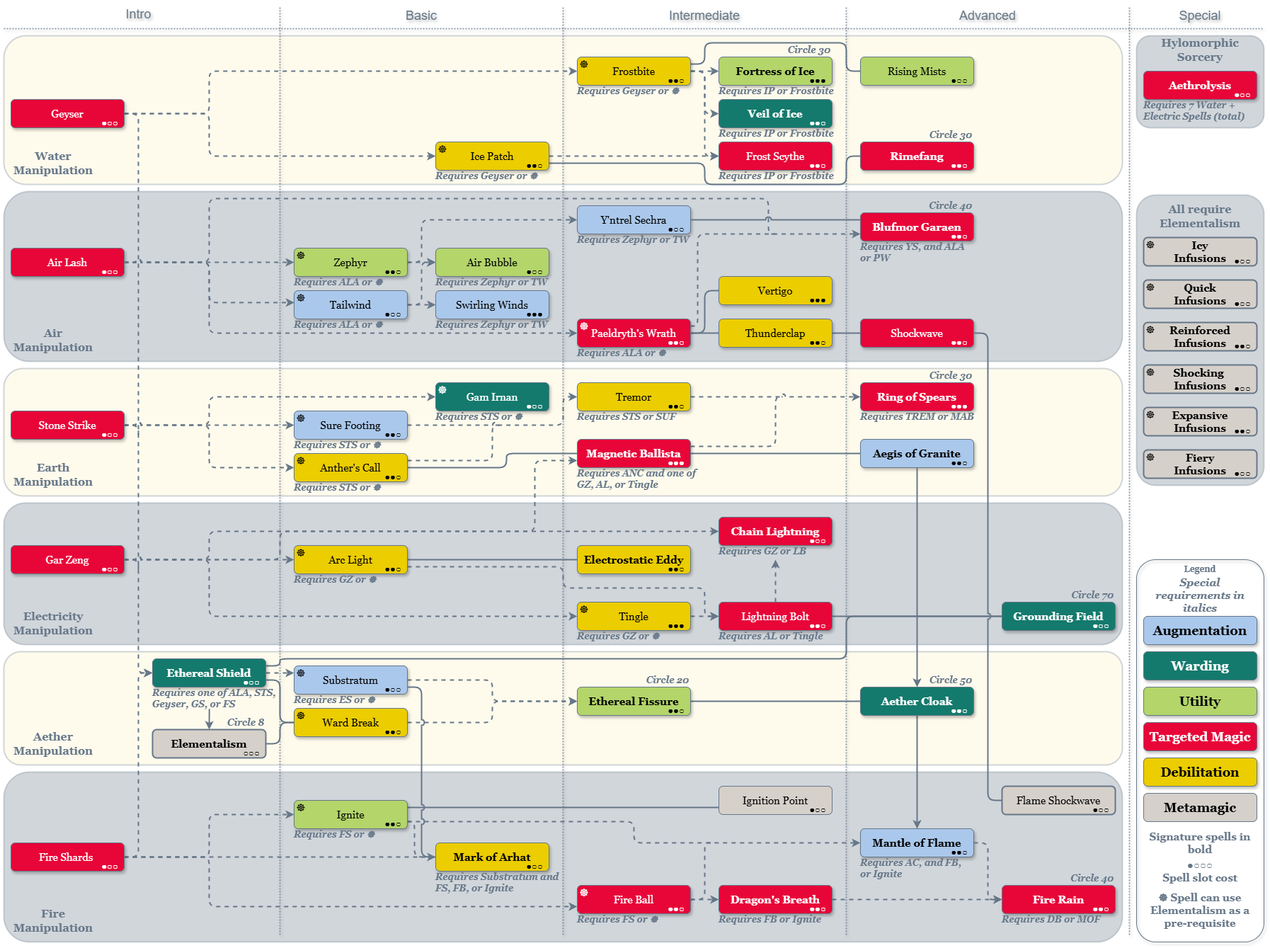
Above: Warrior Mage/Warrior_Mage.png in MahtraDR/dr-spell-trees (draw.io), before the change. Source tidied: cells renumbered, new cells last; positions are measured from the earlier drawing's top-left corner, leaving out a move shared by most shapes.
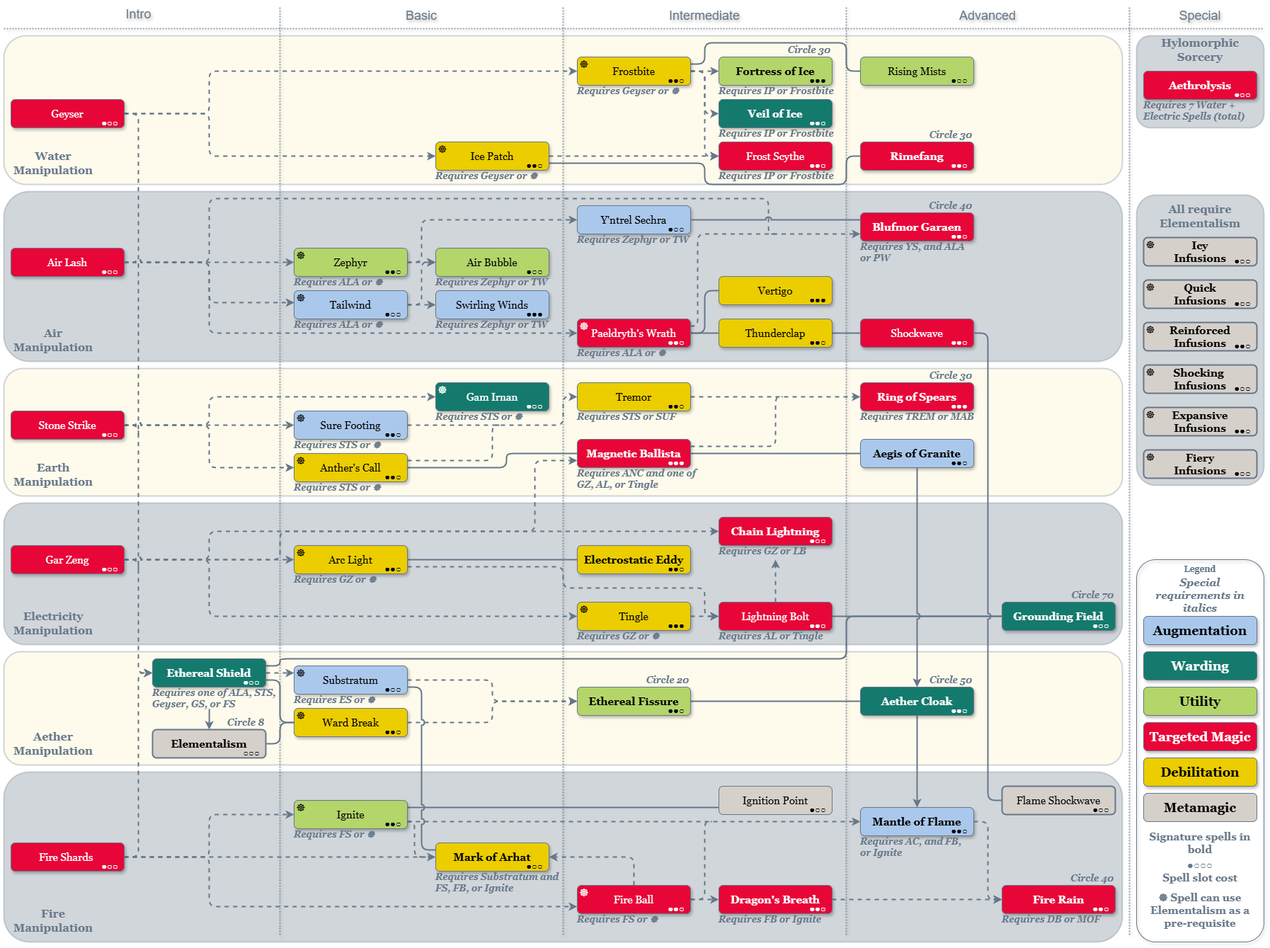
Above is the later version.

Change to the diagram source:
```diff
@@ -457,14 +457,17 @@
     </mxCell>
     <mxCell id="111" style="edgeStyle=orthogonalEdgeStyle;rounded=1;jettySize=auto;html=1;exitX=1;exitY=0.5;exitDx=0;exitDy=0;strokeWidth=2;curved=0;strokeColor=#667788;dashed=1;endArrow=none;endFill=0;" parent="19" edge="1" source="112">
       <mxGeometry relative="1" as="geometry">
-        <mxPoint x="1000" y="1190" as="targetPoint" />
+        <mxPoint x="1000" y="1160" as="targetPoint" />
         <Array as="points">
           <mxPoint x="990" y="1270" />
-          <mxPoint x="990" y="1190" />
-          <mxPoint x="1000" y="1190" />
+          <mxPoint x="990" y="1160" />
+          <mxPoint x="1000" y="1160" />
         </Array>
       </mxGeometry>
     </mxCell>
+    <mxCell id="282" style="edgeStyle=orthogonalEdgeStyle;shape=connector;curved=0;rounded=1;jumpStyle=arc;jettySize=auto;html=1;exitX=0.5;exitY=0;exitDx=0;exitDy=0;entryX=1;entryY=0.5;entryDx=0;entryDy=0;dashed=1;strokeColor=#667788;strokeWidth=2;align=center;verticalAlign=middle;fontFamily=Helvetica;fontSize=15;fontColor=default;labelBackgroundColor=default;endArrow=classic;endFill=1;" parent="19" edge="1" source="112" target="109">
+      <mxGeometry relative="1" as="geometry" />
+    </mxCell>
     <mxCell id="112" value="Fire Ball" style="rounded=1;strokeWidth=1;strokeColor=#667788;textShadow=0;labelBackgroundColor=none;whiteSpace=wrap;fontSize=15;fontFamily=Georgia;fillColor=#E80538;fontColor=#FFFFFF;shadow=1;glass=0;align=center;verticalAlign=middle;fontStyle=0;" parent="19" vertex="1">
       <mxGeometry x="810" y="1250" width="160" height="40" as="geometry" />
     </mxCell>
@@ -507,7 +510,7 @@
       <mxGeometry x="1410" y="1250" width="160" height="40" as="geometry" />
     </mxCell>
     <mxCell id="120" value="Mantle of Flame" style="rounded=1;strokeWidth=1;strokeColor=#667788;textShadow=0;labelBackgroundColor=none;whiteSpace=wrap;fontSize=15;fontFamily=Georgia;fillColor=#AAC8EB;fontColor=#000000;fontStyle=1;shadow=1;glass=0;align=center;verticalAlign=middle;" parent="19" vertex="1">
-      <mxGeometry x="1210" y="1170" width="160" height="40" as="geometry" />
+      <mxGeometry x="1210" y="1140" width="160" height="40" as="geometry" />
     </mxCell>
     <mxCell id="121" value="Fiery&#10;Infusions" style="rounded=1;strokeWidth=2;strokeColor=#667788;textShadow=0;labelBackgroundColor=none;whiteSpace=wrap;fontSize=15;fontFamily=Georgia;fillColor=#D5D0CA;fontColor=#000000;fontStyle=1;" parent="19" vertex="1">
       <mxGeometry x="1610" y="635" width="160" height="40" as="geometry" />
@@ -622,7 +625,7 @@
     <mxCell id="156" style="edgeStyle=orthogonalEdgeStyle;shape=connector;curved=0;rounded=1;jumpStyle=arc;jettySize=auto;html=1;exitX=1;exitY=0;exitDx=0;exitDy=0;entryX=0;entryY=0.5;entryDx=0;entryDy=0;dashed=1;strokeColor=#667788;strokeWidth=2;align=center;verticalAlign=middle;fontFamily=Helvetica;fontSize=15;fontColor=default;labelBackgroundColor=default;endArrow=classic;endFill=1;" parent="19" edge="1" source="234" target="119">
       <mxGeometry relative="1" as="geometry">
         <Array as="points">
-          <mxPoint x="1390" y="1190" />
+          <mxPoint x="1390" y="1160" />
           <mxPoint x="1390" y="1270" />
         </Array>
       </mxGeometry>
@@ -643,7 +646,7 @@
         </Array>
       </mxGeometry>
     </mxCell>
-    <mxCell id="159" style="edgeStyle=orthogonalEdgeStyle;shape=connector;curved=0;rounded=1;jettySize=auto;html=1;exitX=1;exitY=0.75;exitDx=0;exitDy=0;entryX=0;entryY=0.5;entryDx=0;entryDy=0;strokeColor=#667788;strokeWidth=2;align=center;verticalAlign=middle;fontFamily=Helvetica;fontSize=15;fontColor=default;labelBackgroundColor=default;endArrow=none;endFill=0;jumpStyle=arc;" parent="19" edge="1" source="97" target="109">
+    <mxCell id="159" style="edgeStyle=orthogonalEdgeStyle;shape=connector;curved=0;rounded=1;jettySize=auto;html=1;exitX=1;exitY=0.75;exitDx=0;exitDy=0;entryX=0;entryY=0.25;entryDx=0;entryDy=0;strokeColor=#667788;strokeWidth=2;align=center;verticalAlign=middle;fontFamily=Helvetica;fontSize=15;fontColor=default;labelBackgroundColor=default;endArrow=none;endFill=0;jumpStyle=arc;" parent="19" edge="1" source="97" target="109">
       <mxGeometry relative="1" as="geometry" />
     </mxCell>
     <mxCell id="160" style="edgeStyle=orthogonalEdgeStyle;rounded=1;jettySize=auto;html=1;exitX=1;exitY=0.5;exitDx=0;exitDy=0;strokeWidth=2;dashed=1;strokeColor=#667788;curved=0;endArrow=none;endFill=0;jumpStyle=arc;" parent="19" edge="1" source="39">
@@ -893,7 +896,7 @@
       <mxGeometry x="1130" y="1130" width="40" height="20" as="geometry" />
     </mxCell>
     <mxCell id="234" value="●●○" style="text;align=center;verticalAlign=middle;rounded=0;fontFamily=Helvetica;fontSize=13;fontColor=default;labelBackgroundColor=none;spacing=0;spacingTop=0;spacingBottom=-5;fillColor=none;" parent="183" vertex="1">
-      <mxGeometry x="1330" y="1190" width="40" height="20" as="geometry" />
+      <mxGeometry x="1330" y="1160" width="40" height="20" as="geometry" />
     </mxCell>
     <mxCell id="235" value="●●○" style="text;align=center;verticalAlign=middle;rounded=0;fontFamily=Helvetica;fontSize=13;fontColor=#FFFFFF;labelBackgroundColor=none;spacing=0;spacingTop=0;spacingBottom=-5;fillColor=none;" parent="183" vertex="1">
       <mxGeometry x="1530" y="1270" width="40" height="20" as="geometry" />
@@ -985,7 +988,7 @@
       <mxGeometry x="1010" y="1290" width="140" height="20" as="geometry" />
     </mxCell>
     <mxCell id="266" value="Requires AC, and FB,&#10;or Ignite" style="text;align=left;verticalAlign=top;strokeColor=none;fillColor=none;fontFamily=Georgia;fontSize=13;fontColor=#667788;labelBackgroundColor=none;spacing=0;spacingBottom=0;spacingTop=-4;fontStyle=3;" parent="250" vertex="1">
-      <mxGeometry x="1210" y="1210" width="140" height="30" as="geometry" />
+      <mxGeometry x="1210" y="1180" width="140" height="30" as="geometry" />
     </mxCell>
     <mxCell id="267" value="Requires DB or MOF" style="text;align=left;verticalAlign=top;strokeColor=none;fillColor=none;fontFamily=Georgia;fontSize=13;fontColor=#667788;labelBackgroundColor=none;spacing=0;spacingBottom=0;spacingTop=-4;fontStyle=3;" parent="250" vertex="1">
       <mxGeometry x="1410" y="1290" width="140" height="20" as="geometry" />
```
